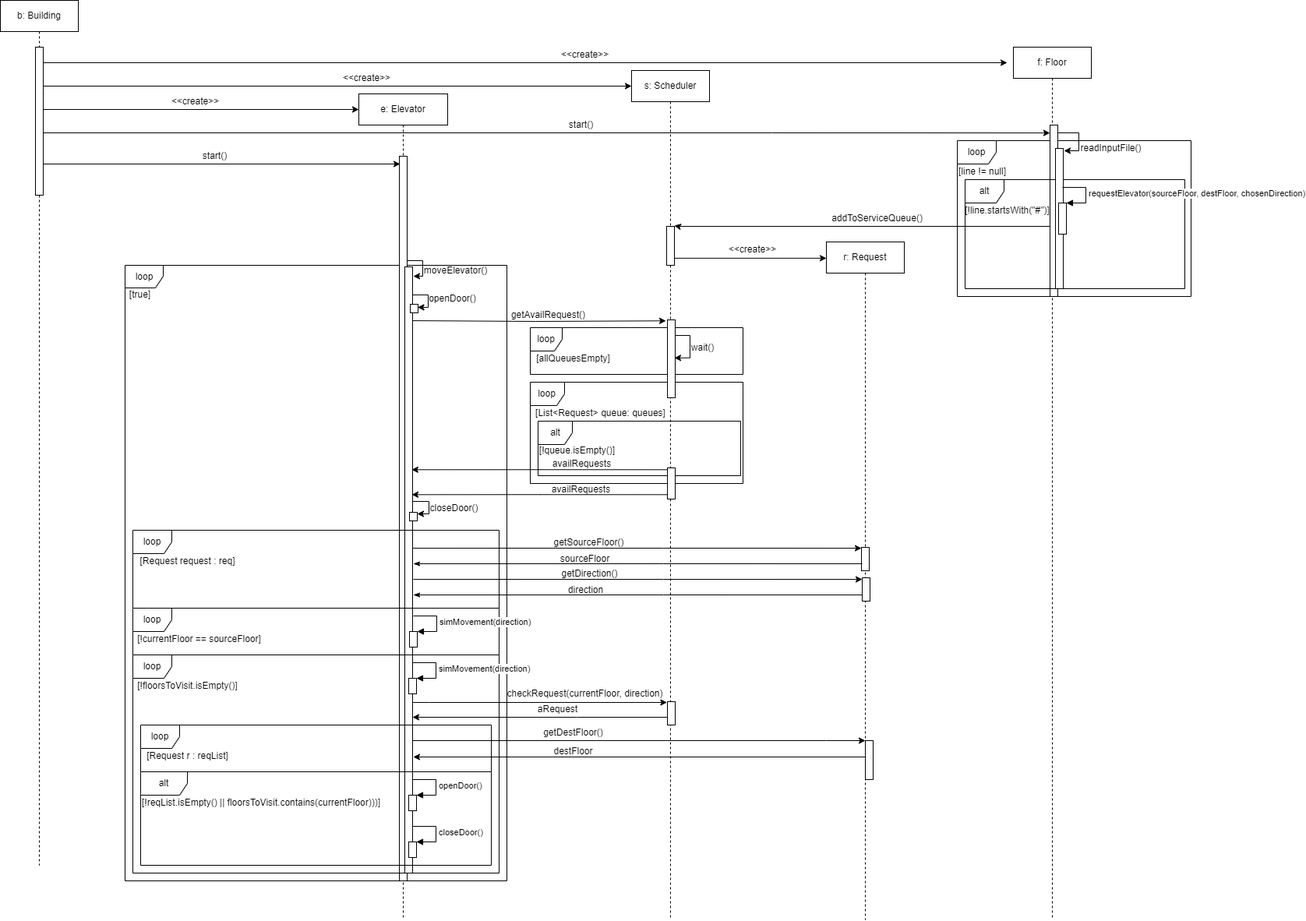
anthyang/SYSC3303A_Win22_Project keeps this draw.io diagram as Iteration_1/itr1_UML_sequence_diagram.png. Above is the earlier version. Source tidied: cells renumbered, new cells last; positions are measured from the earlier drawing's top-left corner, leaving out a move shared by most shapes.
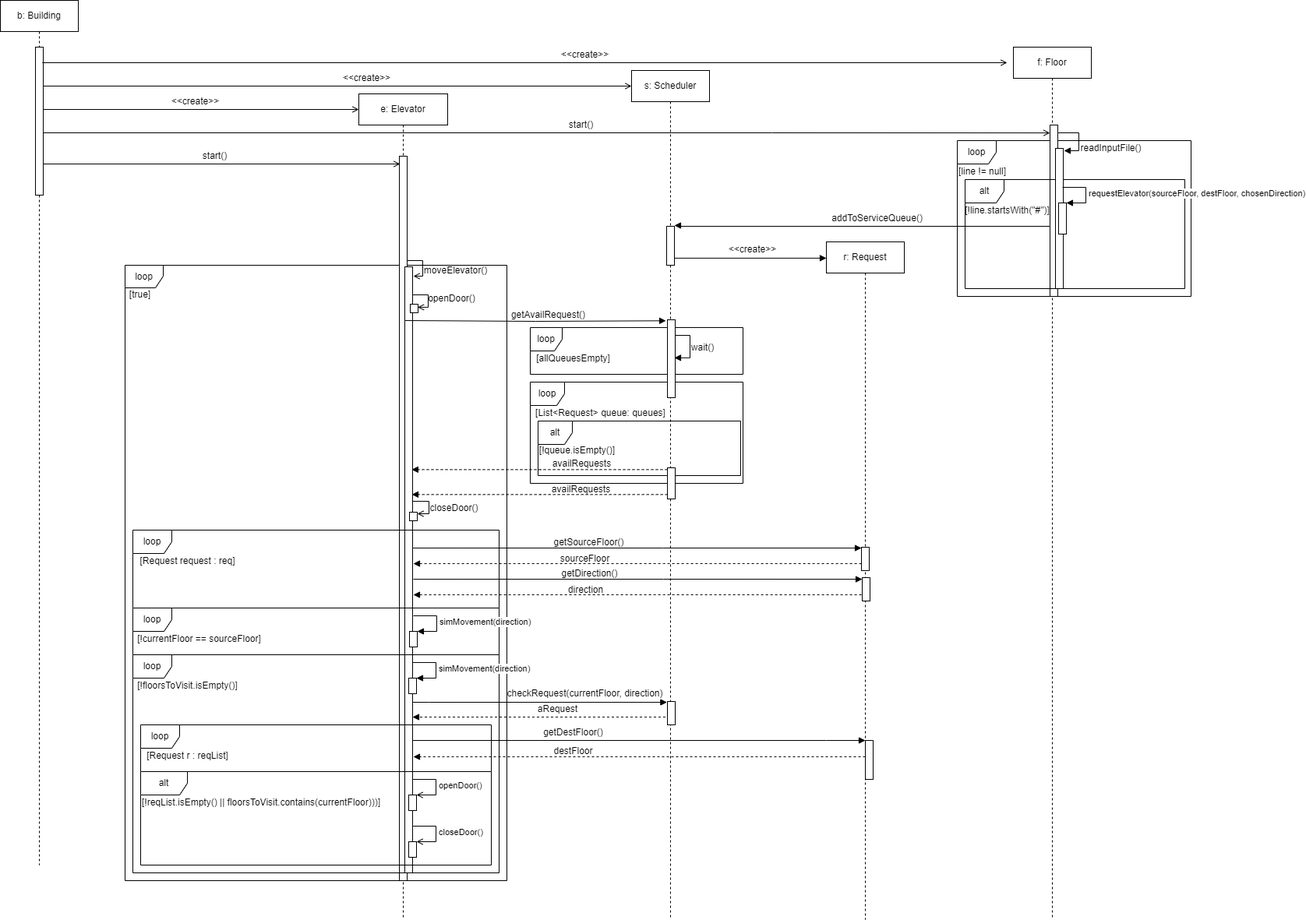
After the change.

What changed in the source:
```diff
@@ -10,3 +10,3 @@
     </mxCell>
-    <mxCell id="4" style="edgeStyle=orthogonalEdgeStyle;rounded=0;jettySize=auto;html=1;entryX=1.098;entryY=0.019;entryDx=0;entryDy=0;entryPerimeter=0;startArrow=none;startFill=0;endArrow=classic;endFill=1;" parent="1" edge="1" source="6" target="76">
+    <mxCell id="4" style="edgeStyle=orthogonalEdgeStyle;rounded=0;jettySize=auto;html=1;entryX=1.098;entryY=0.019;entryDx=0;entryDy=0;entryPerimeter=0;startArrow=none;startFill=0;endArrow=block;endFill=1;" parent="1" edge="1" source="6" target="76">
       <mxGeometry relative="1" as="geometry">
@@ -19,3 +19,3 @@
     </mxCell>
-    <mxCell id="5" style="edgeStyle=orthogonalEdgeStyle;rounded=0;jettySize=auto;html=1;startArrow=none;startFill=0;endArrow=classic;endFill=1;" parent="1" edge="1" source="6">
+    <mxCell id="5" style="edgeStyle=orthogonalEdgeStyle;rounded=0;jettySize=auto;html=1;startArrow=none;startFill=0;endArrow=block;endFill=1;" parent="1" edge="1" source="6">
       <mxGeometry relative="1" as="geometry">
@@ -31,3 +31,3 @@
     </mxCell>
-    <mxCell id="7" style="edgeStyle=orthogonalEdgeStyle;rounded=0;jettySize=auto;html=1;startArrow=none;startFill=0;endArrow=classic;endFill=1;" parent="1" edge="1" source="82">
+    <mxCell id="7" style="edgeStyle=orthogonalEdgeStyle;rounded=0;jettySize=auto;html=1;startArrow=none;startFill=0;endArrow=block;endFill=1;dashed=1;" parent="1" edge="1" source="82">
       <mxGeometry relative="1" as="geometry">
@@ -67,3 +67,3 @@
     </mxCell>
-    <mxCell id="17" style="edgeStyle=orthogonalEdgeStyle;rounded=0;jettySize=auto;html=1;" parent="1" edge="1" source="18">
+    <mxCell id="17" style="edgeStyle=orthogonalEdgeStyle;rounded=0;jettySize=auto;html=1;endArrow=open;endFill=0;" parent="1" edge="1" source="18">
       <mxGeometry relative="1" as="geometry">
@@ -79,18 +79,2 @@
     </mxCell>
-    <mxCell id="19" style="group;" parent="1" vertex="1">
-      <mxGeometry x="567" y="395" width="283" height="18" as="geometry" />
-    </mxCell>
-    <mxCell id="20" style="edgeStyle=orthogonalEdgeStyle;rounded=0;orthogonalLoop=1;jettySize=auto;html=1;entryX=-0.086;entryY=0.287;entryDx=0;entryDy=0;entryPerimeter=0;" parent="19" edge="1">
-      <mxGeometry relative="1" as="geometry">
-        <mxPoint x="-48.2" y="16" as="sourcePoint" />
-        <mxPoint x="287" y="16.3" as="targetPoint" />
-        <Array as="points">
-          <mxPoint x="120" y="17" />
-          <mxPoint x="286.8" y="16" />
-        </Array>
-      </mxGeometry>
-    </mxCell>
-    <mxCell id="21" value="getAvailRequest()" style="text;html=1;align=center;verticalAlign=middle;strokeColor=none;fillColor=none;backgroundOutline=0;" parent="19" vertex="1">
-      <mxGeometry x="83" width="105" height="18" as="geometry" />
-    </mxCell>
     <mxCell id="22" value="[allQueuesEmpty]" style="text;html=1;align=center;verticalAlign=middle;strokeColor=none;fillColor=none;" parent="1" vertex="1">
@@ -98,3 +82,3 @@
     </mxCell>
-    <mxCell id="23" style="edgeStyle=orthogonalEdgeStyle;rounded=0;orthogonalLoop=1;jettySize=auto;html=1;exitX=1.086;exitY=0.039;exitDx=0;exitDy=0;exitPerimeter=0;" parent="1" edge="1">
+    <mxCell id="23" style="edgeStyle=orthogonalEdgeStyle;rounded=0;orthogonalLoop=1;jettySize=auto;html=1;exitX=1.086;exitY=0.039;exitDx=0;exitDy=0;exitPerimeter=0;endArrow=block;endFill=1;" parent="1" edge="1">
       <mxGeometry relative="1" as="geometry">
@@ -120,3 +104,3 @@
     </mxCell>
-    <mxCell id="28" style="edgeStyle=orthogonalEdgeStyle;rounded=0;orthogonalLoop=1;jettySize=auto;html=1;" parent="1" edge="1">
+    <mxCell id="28" style="edgeStyle=orthogonalEdgeStyle;rounded=0;orthogonalLoop=1;jettySize=auto;html=1;endArrow=block;endFill=1;" parent="1" edge="1">
       <mxGeometry relative="1" as="geometry">
@@ -130,3 +114,3 @@
     </mxCell>
-    <mxCell id="29" style="edgeStyle=orthogonalEdgeStyle;rounded=0;jettySize=auto;html=1;entryX=0.979;entryY=1.051;entryDx=0;entryDy=0;entryPerimeter=0;startArrow=none;startFill=0;endArrow=classic;endFill=1;" parent="1" edge="1" source="31" target="60">
+    <mxCell id="29" style="edgeStyle=orthogonalEdgeStyle;rounded=0;jettySize=auto;html=1;entryX=0.979;entryY=1.051;entryDx=0;entryDy=0;entryPerimeter=0;startArrow=none;startFill=0;endArrow=block;endFill=1;" parent="1" edge="1" source="31" target="60">
       <mxGeometry relative="1" as="geometry">
@@ -138,3 +122,3 @@
     </mxCell>
-    <mxCell id="30" style="edgeStyle=orthogonalEdgeStyle;rounded=0;jettySize=auto;html=1;startArrow=none;startFill=0;endArrow=classic;endFill=1;" parent="1" edge="1" source="31" target="11">
+    <mxCell id="30" style="edgeStyle=orthogonalEdgeStyle;rounded=0;jettySize=auto;html=1;startArrow=none;startFill=0;endArrow=block;endFill=1;" parent="1" edge="1" source="31" target="11">
       <mxGeometry relative="1" as="geometry">
@@ -149,3 +133,3 @@
     </mxCell>
-    <mxCell id="32" style="edgeStyle=orthogonalEdgeStyle;rounded=0;jettySize=auto;html=1;entryX=0.951;entryY=0.355;entryDx=0;entryDy=0;entryPerimeter=0;" parent="1" edge="1" target="38">
+    <mxCell id="32" style="edgeStyle=orthogonalEdgeStyle;rounded=0;jettySize=auto;html=1;entryX=0.951;entryY=0.355;entryDx=0;entryDy=0;entryPerimeter=0;endArrow=open;endFill=0;" parent="1" edge="1" target="38">
       <mxGeometry relative="1" as="geometry">
@@ -164,3 +148,3 @@
     </mxCell>
-    <mxCell id="35" style="edgeStyle=orthogonalEdgeStyle;rounded=0;jettySize=auto;html=1;" parent="1" edge="1" target="37">
+    <mxCell id="35" style="edgeStyle=orthogonalEdgeStyle;rounded=0;jettySize=auto;html=1;endArrow=open;endFill=0;" parent="1" edge="1" target="37">
       <mxGeometry relative="1" as="geometry">
@@ -182,3 +166,3 @@
     </mxCell>
-    <mxCell id="39" style="edgeStyle=orthogonalEdgeStyle;rounded=0;orthogonalLoop=1;jettySize=auto;html=1;entryX=0.88;entryY=0.718;entryDx=0;entryDy=0;entryPerimeter=0;" parent="1" edge="1">
+    <mxCell id="39" style="edgeStyle=orthogonalEdgeStyle;rounded=0;orthogonalLoop=1;jettySize=auto;html=1;entryX=0.88;entryY=0.718;entryDx=0;entryDy=0;entryPerimeter=0;endArrow=block;endFill=1;dashed=1;" parent="1" edge="1">
       <mxGeometry relative="1" as="geometry">
@@ -194,3 +178,3 @@
     </mxCell>
-    <mxCell id="41" style="edgeStyle=orthogonalEdgeStyle;rounded=0;orthogonalLoop=1;jettySize=auto;html=1;entryX=0.88;entryY=0.718;entryDx=0;entryDy=0;entryPerimeter=0;" parent="1" edge="1">
+    <mxCell id="41" style="edgeStyle=orthogonalEdgeStyle;rounded=0;orthogonalLoop=1;jettySize=auto;html=1;entryX=0.88;entryY=0.718;entryDx=0;entryDy=0;entryPerimeter=0;endArrow=block;endFill=1;dashed=1;" parent="1" edge="1">
       <mxGeometry relative="1" as="geometry">
@@ -212,3 +196,3 @@
     </mxCell>
-    <mxCell id="45" style="edgeStyle=orthogonalEdgeStyle;rounded=0;orthogonalLoop=1;jettySize=auto;html=1;" parent="1" edge="1">
+    <mxCell id="45" style="edgeStyle=orthogonalEdgeStyle;rounded=0;orthogonalLoop=1;jettySize=auto;html=1;endArrow=block;endFill=1;" parent="1" edge="1">
       <mxGeometry relative="1" as="geometry">
@@ -231,3 +215,3 @@
     </mxCell>
-    <mxCell id="49" style="edgeStyle=orthogonalEdgeStyle;rounded=0;orthogonalLoop=1;jettySize=auto;html=1;endArrow=none;endFill=0;startArrow=classicThin;startFill=1;" parent="1" edge="1">
+    <mxCell id="49" style="edgeStyle=orthogonalEdgeStyle;rounded=0;orthogonalLoop=1;jettySize=auto;html=1;endArrow=none;endFill=0;startArrow=block;startFill=1;dashed=1;" parent="1" edge="1">
       <mxGeometry relative="1" as="geometry">
@@ -241,3 +225,3 @@
     </mxCell>
-    <mxCell id="50" style="edgeStyle=orthogonalEdgeStyle;rounded=0;orthogonalLoop=1;jettySize=auto;html=1;endArrow=none;endFill=0;startArrow=classicThin;startFill=1;" parent="1" edge="1">
+    <mxCell id="50" style="edgeStyle=orthogonalEdgeStyle;rounded=0;orthogonalLoop=1;jettySize=auto;html=1;endArrow=none;endFill=0;startArrow=block;startFill=1;dashed=1;" parent="1" edge="1">
       <mxGeometry relative="1" as="geometry">
@@ -263,3 +247,3 @@
     </mxCell>
-    <mxCell id="55" value="simMovement(direction)" style="edgeStyle=orthogonalEdgeStyle;html=1;align=left;spacingLeft=2;endArrow=block;rounded=0;entryX=1;entryY=0;" parent="1" edge="1" target="54">
+    <mxCell id="55" value="simMovement(direction)" style="edgeStyle=orthogonalEdgeStyle;html=1;align=left;spacingLeft=2;endArrow=block;rounded=0;entryX=1;entryY=0;endFill=1;" parent="1" edge="1" target="54">
       <mxGeometry relative="1" as="geometry">
@@ -280,3 +264,3 @@
     </mxCell>
-    <mxCell id="59" value="simMovement(direction)" style="edgeStyle=orthogonalEdgeStyle;html=1;align=left;spacingLeft=2;endArrow=block;rounded=0;entryX=1;entryY=0;" parent="1" edge="1" target="58">
+    <mxCell id="59" value="simMovement(direction)" style="edgeStyle=orthogonalEdgeStyle;html=1;align=left;spacingLeft=2;endArrow=block;rounded=0;entryX=1;entryY=0;endFill=1;" parent="1" edge="1" target="58">
       <mxGeometry relative="1" as="geometry">
@@ -303,3 +287,3 @@
     </mxCell>
-    <mxCell id="65" style="edgeStyle=orthogonalEdgeStyle;rounded=0;jettySize=auto;html=1;startArrow=none;startFill=0;endArrow=classic;endFill=1;" parent="1" edge="1" source="11">
+    <mxCell id="65" style="edgeStyle=orthogonalEdgeStyle;rounded=0;jettySize=auto;html=1;startArrow=none;startFill=0;endArrow=block;endFill=1;dashed=1;" parent="1" edge="1" source="11">
       <mxGeometry relative="1" as="geometry">
@@ -323,3 +307,3 @@
     </mxCell>
-    <mxCell id="70" value="openDoor()" style="edgeStyle=orthogonalEdgeStyle;html=1;align=left;spacingLeft=2;endArrow=block;rounded=0;entryX=1;entryY=0;" parent="1" edge="1" target="69">
+    <mxCell id="70" value="openDoor()" style="edgeStyle=orthogonalEdgeStyle;html=1;align=left;spacingLeft=2;endArrow=open;rounded=0;entryX=1;entryY=0;endFill=0;" parent="1" edge="1" target="69">
       <mxGeometry relative="1" as="geometry">
@@ -334,3 +318,3 @@
     </mxCell>
-    <mxCell id="72" value="closeDoor()" style="edgeStyle=orthogonalEdgeStyle;html=1;align=left;spacingLeft=2;endArrow=block;rounded=0;entryX=1;entryY=0;" parent="1" edge="1" target="71">
+    <mxCell id="72" value="closeDoor()" style="edgeStyle=orthogonalEdgeStyle;html=1;align=left;spacingLeft=2;endArrow=open;rounded=0;entryX=1;entryY=0;endFill=0;" parent="1" edge="1" target="71">
       <mxGeometry relative="1" as="geometry">
@@ -357,3 +341,3 @@
     </mxCell>
-    <mxCell id="78" value="requestElevator(sourceFloor, destFloor, chosenDirection)" style="edgeStyle=orthogonalEdgeStyle;html=1;align=left;spacingLeft=2;endArrow=block;rounded=0;entryX=1;entryY=0;" parent="1" edge="1" target="77">
+    <mxCell id="78" value="requestElevator(sourceFloor, destFloor, chosenDirection)" style="edgeStyle=orthogonalEdgeStyle;html=1;align=left;spacingLeft=2;endArrow=block;rounded=0;entryX=1;entryY=0;endFill=1;" parent="1" edge="1" target="77">
       <mxGeometry relative="1" as="geometry">
@@ -368,3 +352,3 @@
     </mxCell>
-    <mxCell id="80" style="edgeStyle=orthogonalEdgeStyle;rounded=0;jettySize=auto;html=1;entryX=0;entryY=0.024;entryDx=0;entryDy=0;entryPerimeter=0;" parent="1" edge="1" source="86" target="8">
+    <mxCell id="80" style="edgeStyle=orthogonalEdgeStyle;rounded=0;jettySize=auto;html=1;entryX=0;entryY=0.024;entryDx=0;entryDy=0;entryPerimeter=0;endArrow=block;endFill=1;" parent="1" edge="1" source="86" target="8">
       <mxGeometry relative="1" as="geometry">
@@ -396,3 +380,3 @@
     </mxCell>
-    <mxCell id="88" style="edgeStyle=orthogonalEdgeStyle;rounded=0;jettySize=auto;html=1;startArrow=none;startFill=0;endArrow=classic;endFill=1;" parent="1" edge="1" source="91">
+    <mxCell id="88" style="edgeStyle=orthogonalEdgeStyle;rounded=0;jettySize=auto;html=1;startArrow=none;startFill=0;endArrow=open;endFill=0;" parent="1" edge="1" source="91">
       <mxGeometry relative="1" as="geometry">
@@ -404,3 +388,3 @@
     </mxCell>
-    <mxCell id="89" style="edgeStyle=orthogonalEdgeStyle;rounded=0;orthogonalLoop=1;jettySize=auto;html=1;startArrow=none;startFill=0;endArrow=classic;endFill=1;" parent="1" edge="1">
+    <mxCell id="89" style="edgeStyle=orthogonalEdgeStyle;rounded=0;orthogonalLoop=1;jettySize=auto;html=1;startArrow=none;startFill=0;endArrow=open;endFill=0;" parent="1" edge="1">
       <mxGeometry relative="1" as="geometry">
@@ -420,3 +404,3 @@
     </mxCell>
-    <mxCell id="92" style="edgeStyle=orthogonalEdgeStyle;rounded=0;orthogonalLoop=1;jettySize=auto;html=1;startArrow=none;startFill=0;endArrow=classic;endFill=1;" parent="1" edge="1">
+    <mxCell id="92" style="edgeStyle=orthogonalEdgeStyle;rounded=0;orthogonalLoop=1;jettySize=auto;html=1;startArrow=none;startFill=0;endArrow=open;endFill=0;" parent="1" edge="1">
       <mxGeometry relative="1" as="geometry">
@@ -438,3 +422,3 @@
     </mxCell>
-    <mxCell id="96" style="edgeStyle=orthogonalEdgeStyle;rounded=0;jettySize=auto;html=1;startArrow=none;startFill=0;endArrow=classic;endFill=1;entryX=-0.006;entryY=0.046;entryDx=0;entryDy=0;entryPerimeter=0;" parent="1" edge="1" source="91" target="6">
+    <mxCell id="96" style="edgeStyle=orthogonalEdgeStyle;rounded=0;jettySize=auto;html=1;startArrow=none;startFill=0;endArrow=open;endFill=0;entryX=-0.006;entryY=0.046;entryDx=0;entryDy=0;entryPerimeter=0;" parent="1" edge="1" source="91" target="6">
       <mxGeometry relative="1" as="geometry">
@@ -449,3 +433,3 @@
     </mxCell>
-    <mxCell id="98" style="edgeStyle=orthogonalEdgeStyle;rounded=0;jettySize=auto;html=1;startArrow=none;startFill=0;endArrow=classic;endFill=1;" parent="1" edge="1" source="91">
+    <mxCell id="98" style="edgeStyle=orthogonalEdgeStyle;rounded=0;jettySize=auto;html=1;startArrow=none;startFill=0;endArrow=open;endFill=0;" parent="1" edge="1" source="91">
       <mxGeometry relative="1" as="geometry">
@@ -460,2 +444,15 @@
     </mxCell>
+    <mxCell id="20" style="edgeStyle=orthogonalEdgeStyle;rounded=0;orthogonalLoop=1;jettySize=auto;html=1;entryX=-0.086;entryY=0.287;entryDx=0;entryDy=0;entryPerimeter=0;endArrow=block;endFill=1;" parent="1" edge="1">
+      <mxGeometry relative="1" as="geometry">
+        <mxPoint x="518.8" y="411" as="sourcePoint" />
+        <mxPoint x="854" y="411.3" as="targetPoint" />
+        <Array as="points">
+          <mxPoint x="687" y="412" />
+          <mxPoint x="853.8" y="411" />
+        </Array>
+      </mxGeometry>
+    </mxCell>
+    <mxCell id="21" value="getAvailRequest()" style="text;html=1;align=center;verticalAlign=middle;strokeColor=none;fillColor=none;backgroundOutline=0;" parent="1" vertex="1">
+      <mxGeometry x="650" y="395" width="105" height="18" as="geometry" />
+    </mxCell>
   </root>
```
